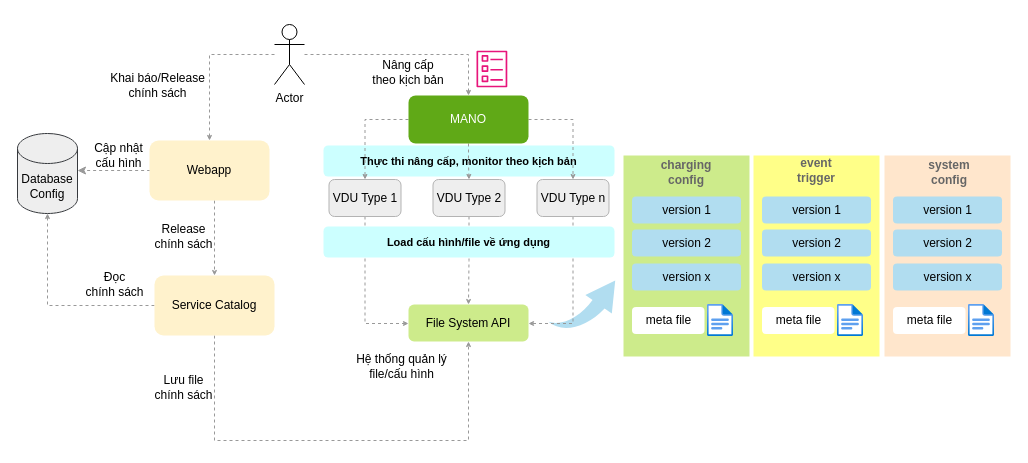
Before: page "Slide" (7 of 8) of OCS100M/OCS4.0100M.drawio in duongbkak55/work, a draw.io diagram. Source tidied: cells renumbered, new cells numbered last; positions are measured from the earlier drawing's top-left corner, leaving out a move shared by most shapes. Both pictures are drawn from the tidied source at 100%, with x=0, y=0 at pixel (17, 24).
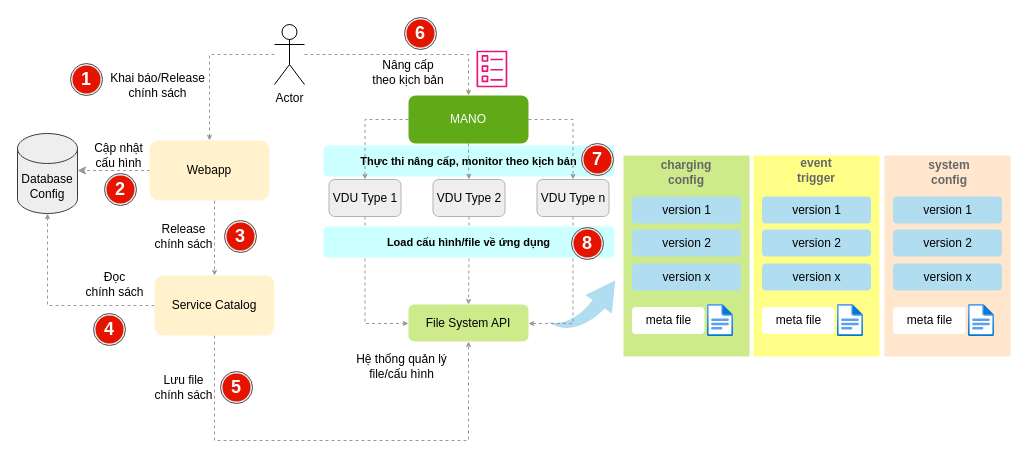
After the change.

Commit message:
Cập nhật OCS4.0100M.drawio

What changed in the source:
```diff
@@
+    <mxCell id="58" style="group;" parent="1" vertex="1">
+      <mxGeometry x="53" y="39" width="32" height="32" as="geometry" />
+    </mxCell>
+    <mxCell id="59" style="ellipse;whiteSpace=wrap;html=1;fontFamily=Helvetica;fontSize=11;fillColor=#eeeeee;strokeColor=#4D4D4D;" parent="58" vertex="1">
+      <mxGeometry width="32" height="32" as="geometry" />
+    </mxCell>
+    <mxCell id="60" value="&lt;font size=&quot;1&quot; style=&quot;&quot;&gt;&lt;b style=&quot;font-size: 18px;&quot;&gt;1&lt;/b&gt;&lt;/font&gt;" style="ellipse;whiteSpace=wrap;html=1;fontFamily=Helvetica;fontSize=11;fillColor=#e51400;strokeColor=none;fontColor=#ffffff;" parent="58" vertex="1">
+      <mxGeometry x="2" y="2" width="28" height="28" as="geometry" />
+    </mxCell>
+    <mxCell id="61" style="group;" parent="1" vertex="1">
+      <mxGeometry x="87" y="149" width="32" height="32" as="geometry" />
+    </mxCell>
+    <mxCell id="62" style="ellipse;whiteSpace=wrap;html=1;fontFamily=Helvetica;fontSize=11;fillColor=#eeeeee;strokeColor=#4D4D4D;" parent="61" vertex="1">
+      <mxGeometry width="32" height="32" as="geometry" />
+    </mxCell>
+    <mxCell id="63" value="&lt;font size=&quot;1&quot; style=&quot;&quot;&gt;&lt;b style=&quot;font-size: 18px;&quot;&gt;2&lt;/b&gt;&lt;/font&gt;" style="ellipse;whiteSpace=wrap;html=1;fontFamily=Helvetica;fontSize=11;fillColor=#e51400;strokeColor=none;fontColor=#ffffff;" parent="61" vertex="1">
+      <mxGeometry x="2" y="2" width="28" height="28" as="geometry" />
+    </mxCell>
+    <mxCell id="64" style="group;" parent="1" vertex="1">
+      <mxGeometry x="207" y="196" width="32" height="32" as="geometry" />
+    </mxCell>
+    <mxCell id="65" style="ellipse;whiteSpace=wrap;html=1;fontFamily=Helvetica;fontSize=11;fillColor=#eeeeee;strokeColor=#4D4D4D;" parent="64" vertex="1">
+      <mxGeometry width="32" height="32" as="geometry" />
+    </mxCell>
+    <mxCell id="66" value="&lt;font size=&quot;1&quot; style=&quot;&quot;&gt;&lt;b style=&quot;font-size: 18px;&quot;&gt;3&lt;/b&gt;&lt;/font&gt;" style="ellipse;whiteSpace=wrap;html=1;fontFamily=Helvetica;fontSize=11;fillColor=#e51400;strokeColor=none;fontColor=#ffffff;" parent="64" vertex="1">
+      <mxGeometry x="2" y="2" width="28" height="28" as="geometry" />
+    </mxCell>
+    <mxCell id="67" style="group;" parent="1" vertex="1">
+      <mxGeometry x="76" y="289" width="32" height="32" as="geometry" />
+    </mxCell>
+    <mxCell id="68" style="ellipse;whiteSpace=wrap;html=1;fontFamily=Helvetica;fontSize=11;fillColor=#eeeeee;strokeColor=#4D4D4D;" parent="67" vertex="1">
+      <mxGeometry width="32" height="32" as="geometry" />
+    </mxCell>
+    <mxCell id="69" value="&lt;font size=&quot;1&quot; style=&quot;&quot;&gt;&lt;b style=&quot;font-size: 18px;&quot;&gt;4&lt;/b&gt;&lt;/font&gt;" style="ellipse;whiteSpace=wrap;html=1;fontFamily=Helvetica;fontSize=11;fillColor=#e51400;strokeColor=none;fontColor=#ffffff;" parent="67" vertex="1">
+      <mxGeometry x="2" y="2" width="28" height="28" as="geometry" />
+    </mxCell>
+    <mxCell id="70" style="group;" parent="1" vertex="1">
+      <mxGeometry x="203" y="347" width="32" height="32" as="geometry" />
+    </mxCell>
+    <mxCell id="71" style="ellipse;whiteSpace=wrap;html=1;fontFamily=Helvetica;fontSize=11;fillColor=#eeeeee;strokeColor=#4D4D4D;" parent="70" vertex="1">
+      <mxGeometry width="32" height="32" as="geometry" />
+    </mxCell>
+    <mxCell id="72" value="&lt;font size=&quot;1&quot; style=&quot;&quot;&gt;&lt;b style=&quot;font-size: 18px;&quot;&gt;5&lt;/b&gt;&lt;/font&gt;" style="ellipse;whiteSpace=wrap;html=1;fontFamily=Helvetica;fontSize=11;fillColor=#e51400;strokeColor=none;fontColor=#ffffff;" parent="70" vertex="1">
+      <mxGeometry x="2" y="2" width="28" height="28" as="geometry" />
+    </mxCell>
+    <mxCell id="73" style="group;" parent="1" vertex="1">
+      <mxGeometry x="387" y="-7" width="32" height="32" as="geometry" />
+    </mxCell>
+    <mxCell id="74" style="ellipse;whiteSpace=wrap;html=1;fontFamily=Helvetica;fontSize=11;fillColor=#eeeeee;strokeColor=#4D4D4D;" parent="73" vertex="1">
+      <mxGeometry width="32" height="32" as="geometry" />
+    </mxCell>
+    <mxCell id="75" value="&lt;font size=&quot;1&quot; style=&quot;&quot;&gt;&lt;b style=&quot;font-size: 18px;&quot;&gt;6&lt;/b&gt;&lt;/font&gt;" style="ellipse;whiteSpace=wrap;html=1;fontFamily=Helvetica;fontSize=11;fillColor=#e51400;strokeColor=none;fontColor=#ffffff;" parent="73" vertex="1">
+      <mxGeometry x="2" y="2" width="28" height="28" as="geometry" />
+    </mxCell>
+    <mxCell id="76" style="group;" parent="1" vertex="1">
+      <mxGeometry x="564" y="119" width="32" height="32" as="geometry" />
+    </mxCell>
+    <mxCell id="77" style="ellipse;whiteSpace=wrap;html=1;fontFamily=Helvetica;fontSize=11;fillColor=#eeeeee;strokeColor=#4D4D4D;" parent="76" vertex="1">
+      <mxGeometry width="32" height="32" as="geometry" />
+    </mxCell>
+    <mxCell id="78" value="&lt;font size=&quot;1&quot; style=&quot;&quot;&gt;&lt;b style=&quot;font-size: 18px;&quot;&gt;7&lt;/b&gt;&lt;/font&gt;" style="ellipse;whiteSpace=wrap;html=1;fontFamily=Helvetica;fontSize=11;fillColor=#e51400;strokeColor=none;fontColor=#ffffff;" parent="76" vertex="1">
+      <mxGeometry x="2" y="2" width="28" height="28" as="geometry" />
+    </mxCell>
+    <mxCell id="79" style="group;" parent="1" vertex="1">
+      <mxGeometry x="554" y="203" width="32" height="32" as="geometry" />
+    </mxCell>
+    <mxCell id="80" style="ellipse;whiteSpace=wrap;html=1;fontFamily=Helvetica;fontSize=11;fillColor=#eeeeee;strokeColor=#4D4D4D;" parent="79" vertex="1">
+      <mxGeometry width="32" height="32" as="geometry" />
+    </mxCell>
+    <mxCell id="81" value="&lt;font size=&quot;1&quot; style=&quot;&quot;&gt;&lt;b style=&quot;font-size: 18px;&quot;&gt;8&lt;/b&gt;&lt;/font&gt;" style="ellipse;whiteSpace=wrap;html=1;fontFamily=Helvetica;fontSize=11;fillColor=#e51400;strokeColor=none;fontColor=#ffffff;" parent="79" vertex="1">
+      <mxGeometry x="2" y="2" width="28" height="28" as="geometry" />
+    </mxCell>
```
